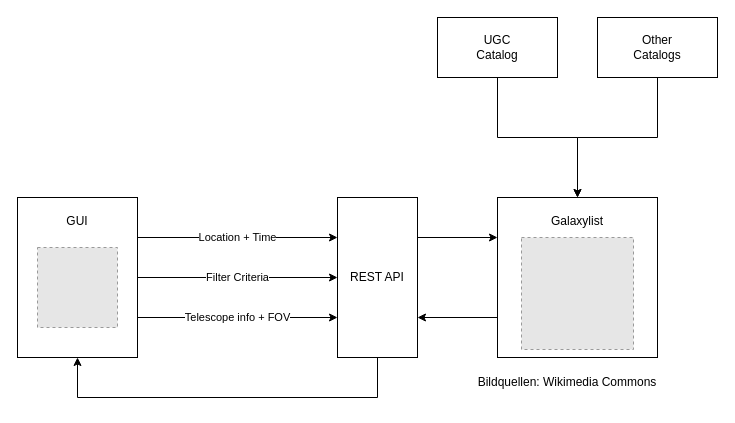
Before: RestFunctionality.drawio in auribuo/galaxylist, a draw.io diagram. Source tidied: cells renumbered, new cells numbered last; positions are measured from the earlier drawing's top-left corner, leaving out a move shared by most shapes. Both pictures are drawn from the tidied source at 100%, with x=0, y=0 at pixel (17, 17). Pictures stored in the file or linked from it are replaced by grey dashed boxes.
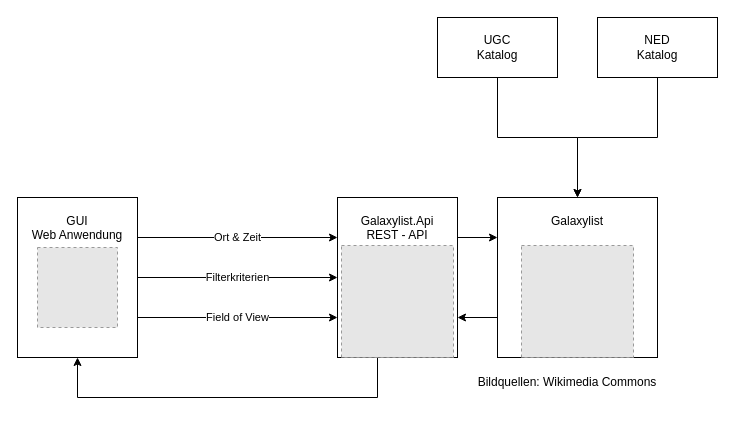
The same diagram, later.

Change to the diagram source:
```diff
@@
-    <mxCell id="6" value="REST API" style="rounded=0;whiteSpace=wrap;html=1;" parent="1" vertex="1">
-      <mxGeometry x="320" y="180" width="80" height="160" as="geometry" />
+    <mxCell id="6" value="&lt;div&gt;Galaxylist.Api&lt;/div&gt;REST - API" style="rounded=0;whiteSpace=wrap;html=1;verticalAlign=top;spacingTop=10;" parent="1" vertex="1">
+      <mxGeometry x="320" y="180" width="120" height="160" as="geometry" />
     </mxCell>
-    <mxCell id="7" value="Telescope info + FOV" style="edgeStyle=orthogonalEdgeStyle;rounded=0;jettySize=auto;html=1;exitX=1;exitY=0.75;exitDx=0;exitDy=0;entryX=0;entryY=0.75;entryDx=0;entryDy=0;" parent="1" edge="1" source="8" target="6">
+    <mxCell id="7" value="Field of View" style="edgeStyle=orthogonalEdgeStyle;rounded=0;jettySize=auto;html=1;exitX=1;exitY=0.75;exitDx=0;exitDy=0;entryX=0;entryY=0.75;entryDx=0;entryDy=0;" parent="1" edge="1" source="8" target="6">
       <mxGeometry relative="1" as="geometry" />
     </mxCell>
-    <mxCell id="8" value="GUI" style="rounded=0;whiteSpace=wrap;html=1;verticalAlign=top;horizontal=1;spacingTop=10;" parent="1" vertex="1">
+    <mxCell id="8" value="&lt;div&gt;GUI&lt;/div&gt;&lt;div&gt;Web Anwendung&lt;br&gt;&lt;/div&gt;" style="rounded=0;whiteSpace=wrap;html=1;verticalAlign=top;horizontal=1;spacingTop=10;" parent="1" vertex="1">
       <mxGeometry y="180" width="120" height="160" as="geometry" />
     </mxCell>
-    <mxCell id="9" value="Location + Time" style="endArrow=classic;html=1;rounded=0;exitX=1;exitY=0.25;exitDx=0;exitDy=0;entryX=0;entryY=0.25;entryDx=0;entryDy=0;" parent="1" edge="1" source="8" target="6">
+    <mxCell id="9" value="&lt;div&gt;Ort &amp;amp; Zeit&lt;/div&gt;" style="endArrow=classic;html=1;rounded=0;exitX=1;exitY=0.25;exitDx=0;exitDy=0;entryX=0;entryY=0.25;entryDx=0;entryDy=0;" parent="1" edge="1" source="8" target="6">
       <mxGeometry relative="1" as="geometry" />
     </mxCell>
-    <mxCell id="10" value="Filter Criteria" style="endArrow=classic;html=1;rounded=0;exitX=1;exitY=0.5;exitDx=0;exitDy=0;entryX=0;entryY=0.5;entryDx=0;entryDy=0;" parent="1" edge="1" source="8" target="6">
+    <mxCell id="10" value="&lt;div&gt;Filterkriterien&lt;/div&gt;" style="endArrow=classic;html=1;rounded=0;exitX=1;exitY=0.5;exitDx=0;exitDy=0;entryX=0;entryY=0.5;entryDx=0;entryDy=0;" parent="1" edge="1" source="8" target="6">
       <mxGeometry relative="1" as="geometry" />
     </mxCell>
@@
-    <mxCell id="12" value="&lt;div&gt;UGC&lt;/div&gt;&lt;div&gt;Catalog&lt;br&gt;&lt;/div&gt;" style="rounded=0;whiteSpace=wrap;html=1;" parent="1" vertex="1">
+    <mxCell id="12" value="&lt;div&gt;UGC&lt;/div&gt;&lt;div&gt;Katalog&lt;br&gt;&lt;/div&gt;" style="rounded=0;whiteSpace=wrap;html=1;" parent="1" vertex="1">
       <mxGeometry x="420" width="120" height="60" as="geometry" />
     </mxCell>
@@
-    <mxCell id="14" value="&lt;div&gt;Other&lt;/div&gt;&lt;div&gt;Catalogs&lt;br&gt;&lt;/div&gt;" style="rounded=0;whiteSpace=wrap;html=1;" parent="1" vertex="1">
+    <mxCell id="14" value="&lt;div&gt;NED&lt;/div&gt;&lt;div&gt;Katalog&lt;br&gt;&lt;/div&gt;" style="rounded=0;whiteSpace=wrap;html=1;" parent="1" vertex="1">
       <mxGeometry x="580" width="120" height="60" as="geometry" />
     </mxCell>
@@
     <mxCell id="16" style="fillColor=#E6E6E6;strokeColor=#999999;dashed=1;verticalLabelPosition=bottom;labelBackgroundColor=default;verticalAlign=top;" parent="1" vertex="1">
-      <mxGeometry x="504" y="220" width="112" height="112" as="geometry" />
+      <mxGeometry x="504" y="228" width="112" height="112" as="geometry" />
     </mxCell>
@@
+    <mxCell id="18" style="fillColor=#E6E6E6;strokeColor=#999999;dashed=1;verticalLabelPosition=bottom;labelBackgroundColor=default;verticalAlign=top;" parent="1" vertex="1">
+      <mxGeometry x="324" y="228" width="112" height="112" as="geometry" />
+    </mxCell>
```
